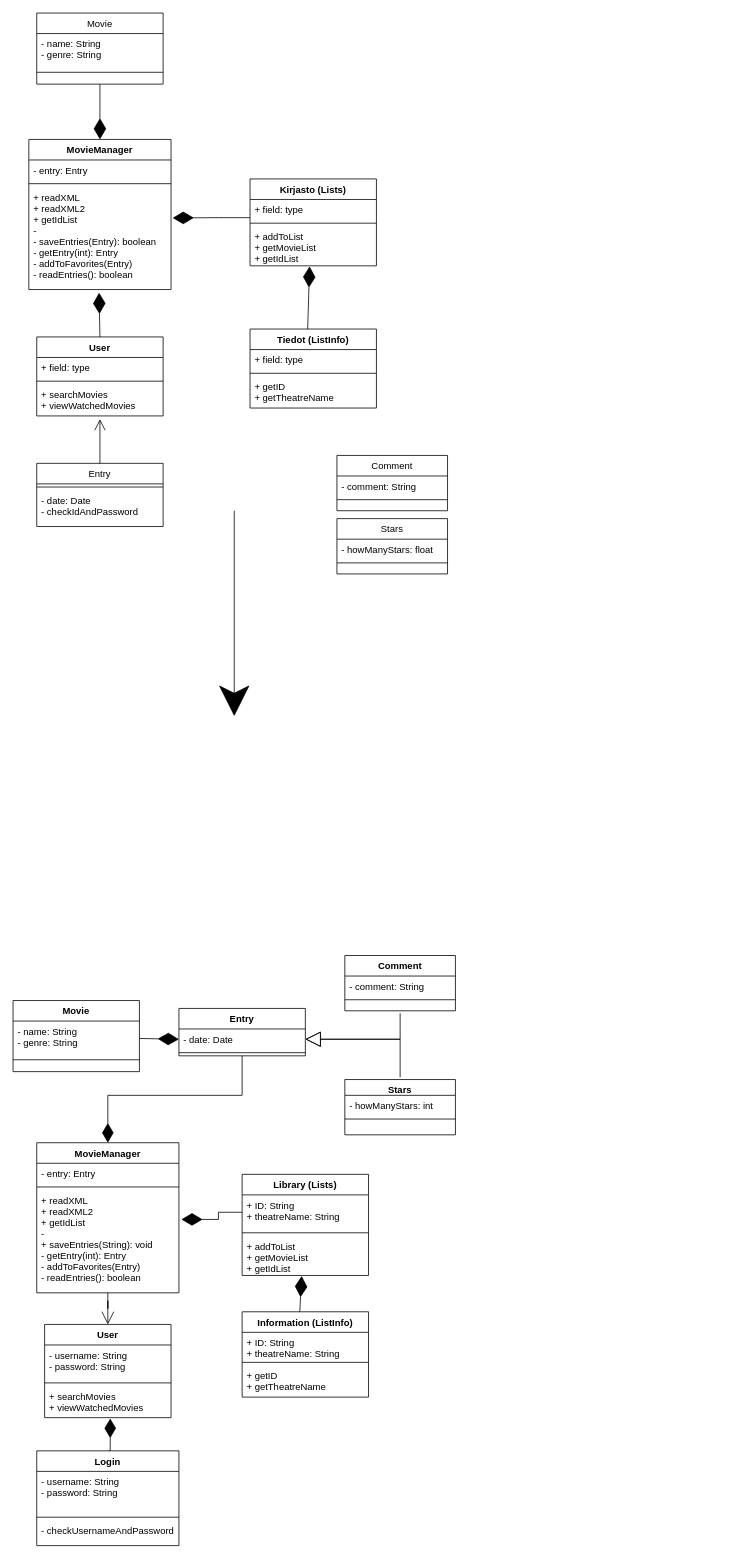
This is Untitled Diagram.drawio from DeveloperLauri/UML-charts-draw.io, a draw.io file, before an edit. Source tidied: cells renumbered, new cells numbered last; positions are measured from the earlier drawing's top-left corner, leaving out a move shared by most shapes. Both pictures are drawn from the tidied source at 79%, with x=0, y=0 at pixel (13, 13).
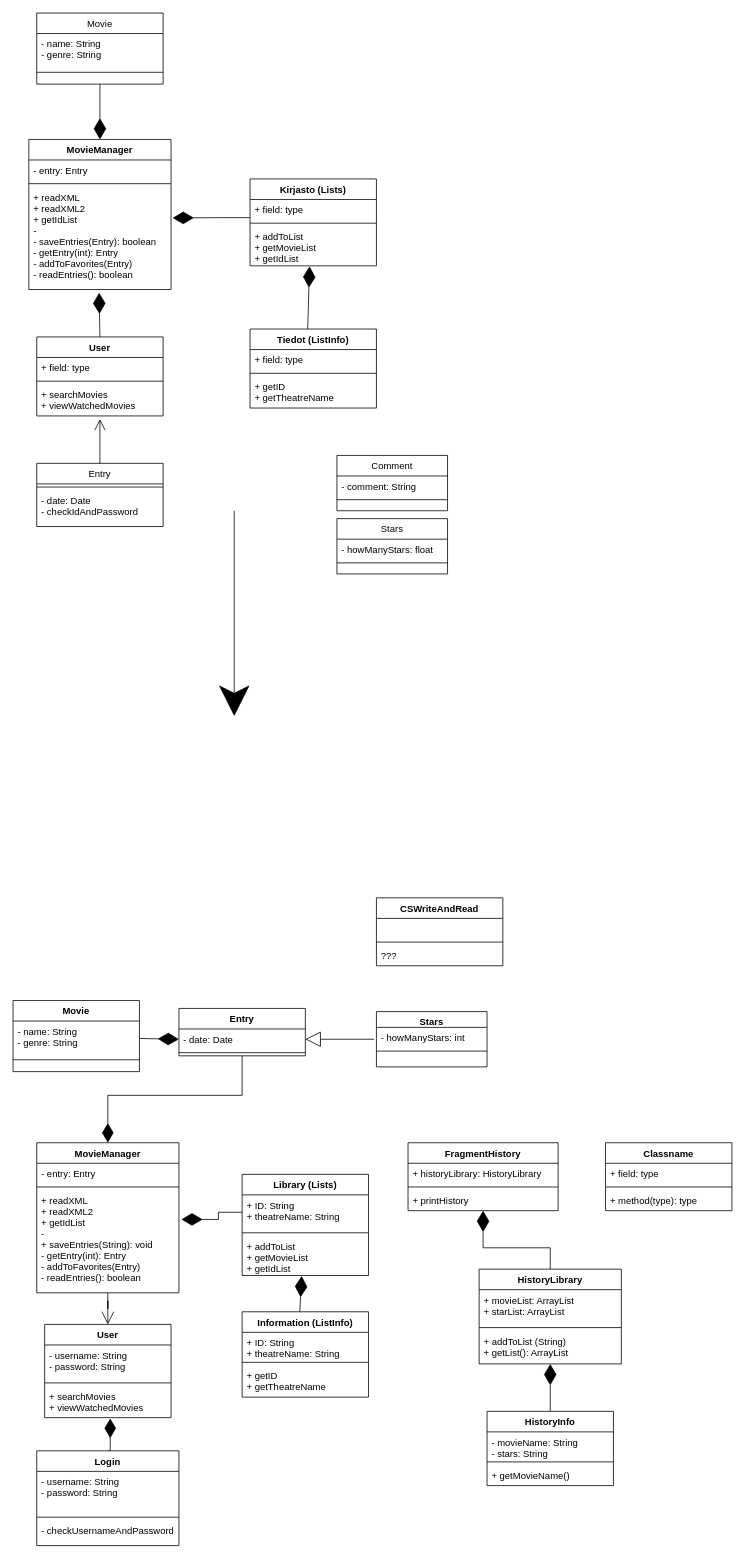
The same page after the edit.

Unchanged cells that the change refers to:
```xml
<mxCell id="73" value="- date: Date" style="text;strokeColor=none;fillColor=none;align=left;verticalAlign=top;spacingLeft=4;spacingRight=4;overflow=hidden;points=[[0,0.5],[1,0.5]];portConstraint=eastwest;" parent="72" vertex="1">
  <mxGeometry y="26" width="160" height="26" as="geometry" />
</mxCell>
```

Change to the diagram source:
```diff
@@
     <mxCell id="37" value="Stars" style="swimlane;fontStyle=1;align=center;verticalAlign=top;horizontal=1;startSize=20;rounded=0;shadow=0;strokeWidth=1;" parent="1" vertex="1">
-      <mxGeometry x="420" y="1350" width="140" height="70" as="geometry" />
+      <mxGeometry x="460" y="1264" width="140" height="70" as="geometry" />
     </mxCell>
@@
-    <mxCell id="40" style="edgeStyle=orthogonalEdgeStyle;rounded=0;jettySize=auto;html=1;entryX=1;entryY=0.5;entryDx=0;entryDy=0;startArrow=none;startFill=0;endArrow=block;endFill=0;startSize=17;endSize=17;sourcePerimeterSpacing=3;targetPerimeterSpacing=3;" parent="1" edge="1" source="41" target="73">
-      <mxGeometry relative="1" as="geometry" />
-    </mxCell>
-    <mxCell id="41" value="Comment" style="swimlane;fontStyle=1;align=center;verticalAlign=top;horizontal=1;startSize=26;rounded=0;shadow=0;strokeWidth=1;" parent="1" vertex="1">
-      <mxGeometry x="420" y="1193" width="140" height="70" as="geometry" />
-    </mxCell>
-    <mxCell id="42" value="- comment: String" style="text;align=left;verticalAlign=top;spacingLeft=4;spacingRight=4;overflow=hidden;" parent="41" vertex="1">
-      <mxGeometry y="26" width="140" height="26" as="geometry" />
-    </mxCell>
-    <mxCell id="43" style="line;html=1;strokeWidth=1;align=left;verticalAlign=middle;spacingTop=-1;spacingLeft=3;spacingRight=3;labelPosition=right;" parent="41" vertex="1">
-      <mxGeometry y="52" width="140" height="8" as="geometry" />
-    </mxCell>
@@
+    <mxCell id="76" value="CSWriteAndRead" style="swimlane;fontStyle=1;align=center;verticalAlign=top;horizontal=1;startSize=26;" parent="1" vertex="1">
+      <mxGeometry x="460" y="1120" width="160" height="86" as="geometry" />
+    </mxCell>
+    <mxCell id="77" value=" " style="text;strokeColor=none;fillColor=none;align=left;verticalAlign=top;spacingLeft=4;spacingRight=4;overflow=hidden;" parent="76" vertex="1">
+      <mxGeometry y="26" width="160" height="26" as="geometry" />
+    </mxCell>
+    <mxCell id="78" style="line;strokeWidth=1;fillColor=none;align=left;verticalAlign=middle;spacingTop=-1;spacingLeft=3;spacingRight=3;labelPosition=right;" parent="76" vertex="1">
+      <mxGeometry y="52" width="160" height="8" as="geometry" />
+    </mxCell>
+    <mxCell id="79" value="???" style="text;strokeColor=none;fillColor=none;align=left;verticalAlign=top;spacingLeft=4;spacingRight=4;overflow=hidden;" parent="76" vertex="1">
+      <mxGeometry y="60" width="160" height="26" as="geometry" />
+    </mxCell>
+    <mxCell id="80" style="edgeStyle=orthogonalEdgeStyle;rounded=0;jettySize=auto;html=1;entryX=0.5;entryY=0;entryDx=0;entryDy=0;startArrow=diamondThin;startFill=1;targetPerimeterSpacing=0;endSize=12;startSize=24;endArrow=none;endFill=0;" parent="1" edge="1" source="81" target="86">
+      <mxGeometry relative="1" as="geometry" />
+    </mxCell>
+    <mxCell id="81" value="FragmentHistory" style="swimlane;fontStyle=1;align=center;verticalAlign=top;horizontal=1;startSize=26;" parent="1" vertex="1">
+      <mxGeometry x="500" y="1430" width="190" height="86" as="geometry" />
+    </mxCell>
+    <mxCell id="82" value="+ historyLibrary: HistoryLibrary" style="text;strokeColor=none;fillColor=none;align=left;verticalAlign=top;spacingLeft=4;spacingRight=4;overflow=hidden;" parent="81" vertex="1">
+      <mxGeometry y="26" width="190" height="26" as="geometry" />
+    </mxCell>
+    <mxCell id="83" style="line;strokeWidth=1;fillColor=none;align=left;verticalAlign=middle;spacingTop=-1;spacingLeft=3;spacingRight=3;labelPosition=right;" parent="81" vertex="1">
+      <mxGeometry y="52" width="190" height="8" as="geometry" />
+    </mxCell>
+    <mxCell id="84" value="+ printHistory" style="text;strokeColor=none;fillColor=none;align=left;verticalAlign=top;spacingLeft=4;spacingRight=4;overflow=hidden;" parent="81" vertex="1">
+      <mxGeometry y="60" width="190" height="26" as="geometry" />
+    </mxCell>
+    <mxCell id="85" style="edgeStyle=orthogonalEdgeStyle;rounded=0;jettySize=auto;html=1;entryX=0.5;entryY=0;entryDx=0;entryDy=0;startArrow=diamondThin;startFill=1;endArrow=none;endFill=0;startSize=24;endSize=12;targetPerimeterSpacing=0;" parent="1" edge="1" source="86" target="90">
+      <mxGeometry relative="1" as="geometry" />
+    </mxCell>
+    <mxCell id="86" value="HistoryLibrary" style="swimlane;fontStyle=1;align=center;verticalAlign=top;horizontal=1;startSize=26;" parent="1" vertex="1">
+      <mxGeometry x="590" y="1590" width="180" height="120" as="geometry" />
+    </mxCell>
+    <mxCell id="87" value="+ movieList: ArrayList&#10;+ starList: ArrayList" style="text;strokeColor=none;fillColor=none;align=left;verticalAlign=top;spacingLeft=4;spacingRight=4;overflow=hidden;" parent="86" vertex="1">
+      <mxGeometry y="26" width="180" height="44" as="geometry" />
+    </mxCell>
+    <mxCell id="88" style="line;strokeWidth=1;fillColor=none;align=left;verticalAlign=middle;spacingTop=-1;spacingLeft=3;spacingRight=3;labelPosition=right;" parent="86" vertex="1">
+      <mxGeometry y="70" width="180" height="8" as="geometry" />
+    </mxCell>
+    <mxCell id="89" value="+ addToList (String)&#10;+ getList(): ArrayList" style="text;strokeColor=none;fillColor=none;align=left;verticalAlign=top;spacingLeft=4;spacingRight=4;overflow=hidden;" parent="86" vertex="1">
+      <mxGeometry y="78" width="180" height="42" as="geometry" />
+    </mxCell>
+    <mxCell id="90" value="HistoryInfo" style="swimlane;fontStyle=1;align=center;verticalAlign=top;horizontal=1;startSize=26;" parent="1" vertex="1">
+      <mxGeometry x="600" y="1770" width="160" height="94" as="geometry" />
+    </mxCell>
+    <mxCell id="91" value="- movieName: String&#10;- stars: String" style="text;strokeColor=none;fillColor=none;align=left;verticalAlign=top;spacingLeft=4;spacingRight=4;overflow=hidden;" parent="90" vertex="1">
+      <mxGeometry y="26" width="160" height="34" as="geometry" />
+    </mxCell>
+    <mxCell id="92" style="line;strokeWidth=1;fillColor=none;align=left;verticalAlign=middle;spacingTop=-1;spacingLeft=3;spacingRight=3;labelPosition=right;" parent="90" vertex="1">
+      <mxGeometry y="60" width="160" height="8" as="geometry" />
+    </mxCell>
+    <mxCell id="93" value="+ getMovieName()" style="text;strokeColor=none;fillColor=none;align=left;verticalAlign=top;spacingLeft=4;spacingRight=4;overflow=hidden;" parent="90" vertex="1">
+      <mxGeometry y="68" width="160" height="26" as="geometry" />
+    </mxCell>
+    <mxCell id="94" value="Classname" style="swimlane;fontStyle=1;align=center;verticalAlign=top;horizontal=1;startSize=26;" parent="1" vertex="1">
+      <mxGeometry x="750" y="1430" width="160" height="86" as="geometry" />
+    </mxCell>
+    <mxCell id="95" value="+ field: type" style="text;strokeColor=none;fillColor=none;align=left;verticalAlign=top;spacingLeft=4;spacingRight=4;overflow=hidden;" parent="94" vertex="1">
+      <mxGeometry y="26" width="160" height="26" as="geometry" />
+    </mxCell>
+    <mxCell id="96" style="line;strokeWidth=1;fillColor=none;align=left;verticalAlign=middle;spacingTop=-1;spacingLeft=3;spacingRight=3;labelPosition=right;" parent="94" vertex="1">
+      <mxGeometry y="52" width="160" height="8" as="geometry" />
+    </mxCell>
+    <mxCell id="97" value="+ method(type): type" style="text;strokeColor=none;fillColor=none;align=left;verticalAlign=top;spacingLeft=4;spacingRight=4;overflow=hidden;" parent="94" vertex="1">
+      <mxGeometry y="60" width="160" height="26" as="geometry" />
+    </mxCell>
```
